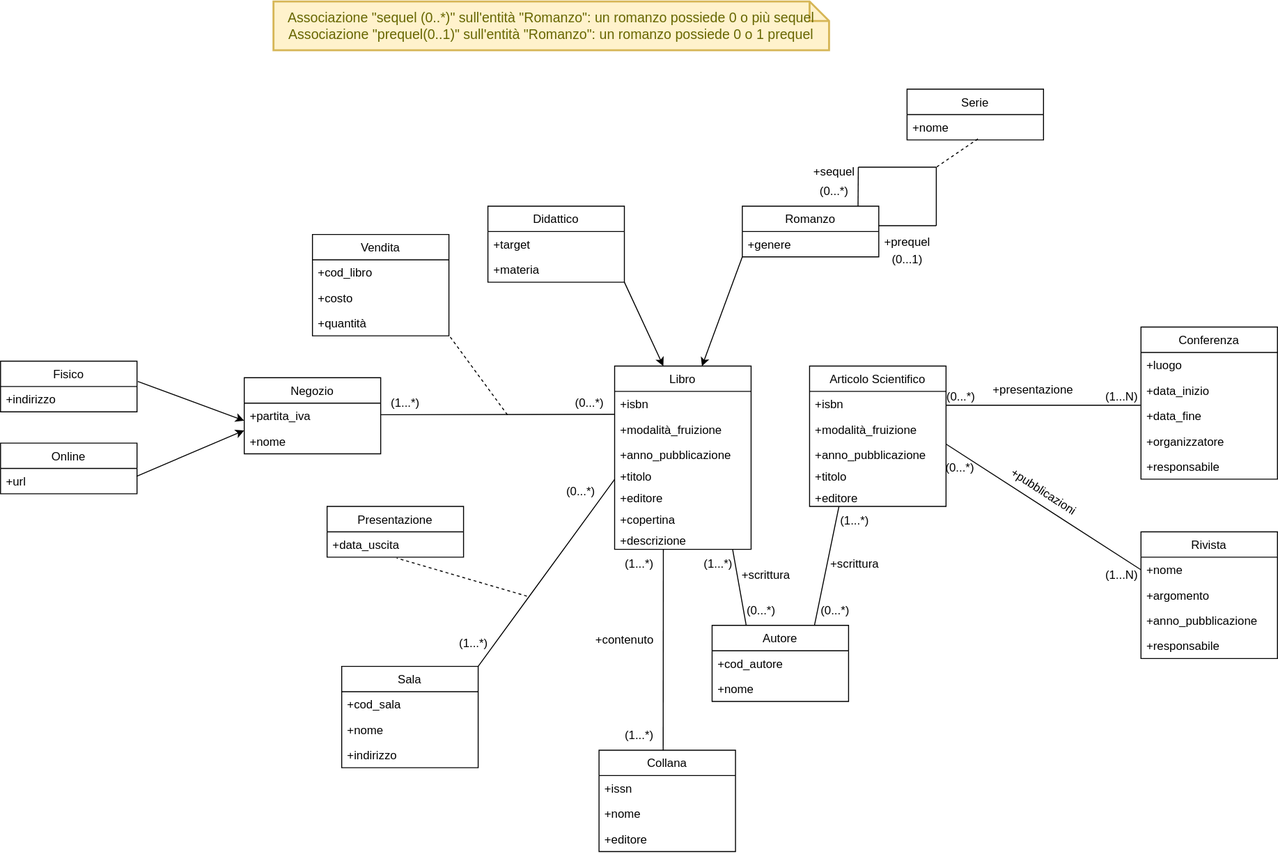
The draw.io diagram Modello_Concettuale.drawio.svg in m3tt0/Progetto_OB_BASI, before a commit. Source tidied: cells renumbered, new cells last; positions are measured from the earlier drawing's top-left corner, leaving out a move shared by most shapes.
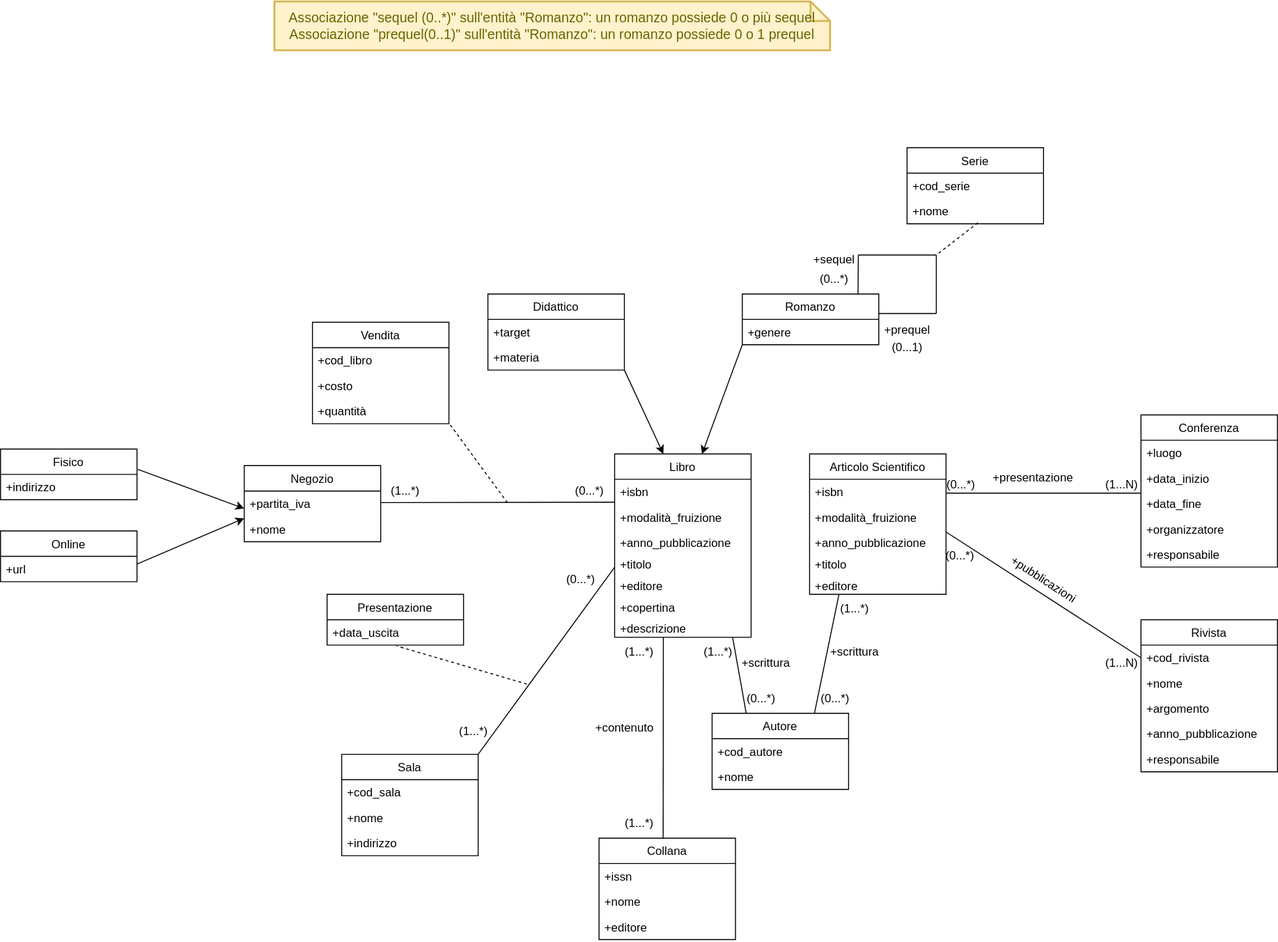
The same file after the commit.

Diff of the diagram source:
```diff
@@ -78,19 +78,22 @@
       <mxGeometry relative="1" as="geometry" />
     </mxCell>
     <mxCell id="27" value="Rivista" style="swimlane;fontStyle=0;horizontal=1;startSize=26;fillColor=none;" parent="1" vertex="1">
-      <mxGeometry x="1170" y="544" width="140" height="130" as="geometry" />
+      <mxGeometry x="1170" y="544" width="140" height="156" as="geometry" />
     </mxCell>
-    <mxCell id="28" value="+nome" style="text;strokeColor=none;fillColor=none;align=left;verticalAlign=top;spacingLeft=4;spacingRight=4;overflow=hidden;points=[[0,0.5],[1,0.5]];portConstraint=eastwest;" parent="27" vertex="1">
+    <mxCell id="28" value="+cod_rivista" style="text;strokeColor=none;fillColor=none;align=left;verticalAlign=top;spacingLeft=4;spacingRight=4;overflow=hidden;points=[[0,0.5],[1,0.5]];portConstraint=eastwest;" parent="27" vertex="1">
       <mxGeometry y="26" width="140" height="26" as="geometry" />
     </mxCell>
+    <mxCell id="101" value="+nome" style="text;strokeColor=none;fillColor=none;align=left;verticalAlign=top;spacingLeft=4;spacingRight=4;overflow=hidden;" parent="27" vertex="1">
+      <mxGeometry y="52" width="140" height="26" as="geometry" />
+    </mxCell>
     <mxCell id="29" value="+argomento" style="text;strokeColor=none;fillColor=none;align=left;verticalAlign=top;spacingLeft=4;spacingRight=4;overflow=hidden;" parent="27" vertex="1">
-      <mxGeometry y="52" width="140" height="26" as="geometry" />
+      <mxGeometry y="78" width="140" height="26" as="geometry" />
     </mxCell>
     <mxCell id="30" value="+anno_pubblicazione" style="text;strokeColor=none;fillColor=none;align=left;verticalAlign=top;spacingLeft=4;spacingRight=4;overflow=hidden;" parent="27" vertex="1">
-      <mxGeometry y="78" width="140" height="26" as="geometry" />
+      <mxGeometry y="104" width="140" height="26" as="geometry" />
     </mxCell>
     <mxCell id="31" value="+responsabile" style="text;strokeColor=none;fillColor=none;align=left;verticalAlign=top;spacingLeft=4;spacingRight=4;overflow=hidden;" parent="27" vertex="1">
-      <mxGeometry y="104" width="140" height="26" as="geometry" />
+      <mxGeometry y="130" width="140" height="26" as="geometry" />
     </mxCell>
     <mxCell id="32" style="endArrow=none;html=1;rounded=0;entryX=-0.003;entryY=0.083;entryDx=0;entryDy=0;entryPerimeter=0;exitX=1;exitY=0.544;exitDx=0;exitDy=0;exitPerimeter=0;" parent="1" edge="1" source="17" target="5">
       <mxGeometry relative="1" as="geometry" />
@@ -305,7 +308,7 @@
       <mxGeometry x="895" y="232" width="70" height="30" as="geometry" />
     </mxCell>
     <mxCell id="97" value="Associazione &quot;sequel (0..*)&quot; sull'entità &quot;Romanzo&quot;: un romanzo possiede 0 o più sequel&lt;br/&gt;Associazione &quot;prequel(0..1)&quot; sull'entità &quot;Romanzo&quot;: un romanzo possiede 0 o 1 prequel" style="shape=note;strokeWidth=2;fontSize=14;size=20;whiteSpace=wrap;html=1;fillColor=#fff2cc;strokeColor=#d6b656;fontColor=#666600;" parent="1" vertex="1">
-      <mxGeometry x="280" width="570" height="50" as="geometry" />
+      <mxGeometry x="281" y="-90" width="570" height="50" as="geometry" />
     </mxCell>
     <mxCell id="98" style="endArrow=none;dashed=1;html=1;rounded=0;exitX=0.519;exitY=0.962;exitDx=0;exitDy=0;exitPerimeter=0;" parent="1" edge="1" source="100">
       <mxGeometry relative="1" as="geometry">
@@ -313,10 +316,13 @@
       </mxGeometry>
     </mxCell>
     <mxCell id="99" value="Serie" style="swimlane;fontStyle=0;horizontal=1;startSize=26;fillColor=none;" parent="1" vertex="1">
-      <mxGeometry x="930" y="90" width="140" height="52" as="geometry" />
+      <mxGeometry x="930" y="60" width="140" height="78" as="geometry" />
     </mxCell>
+    <mxCell id="102" value="+cod_serie" style="text;strokeColor=none;fillColor=none;align=left;verticalAlign=top;spacingLeft=4;spacingRight=4;overflow=hidden;" parent="99" vertex="1">
+      <mxGeometry y="26" width="140" height="26" as="geometry" />
+    </mxCell>
     <mxCell id="100" value="+nome" style="text;strokeColor=none;fillColor=none;align=left;verticalAlign=top;spacingLeft=4;spacingRight=4;overflow=hidden;points=[[0,0.5],[1,0.5]];portConstraint=eastwest;" parent="99" vertex="1">
-      <mxGeometry y="26" width="140" height="26" as="geometry" />
+      <mxGeometry y="52" width="140" height="26" as="geometry" />
     </mxCell>
   </root>
 </mxGraphModel>
```
